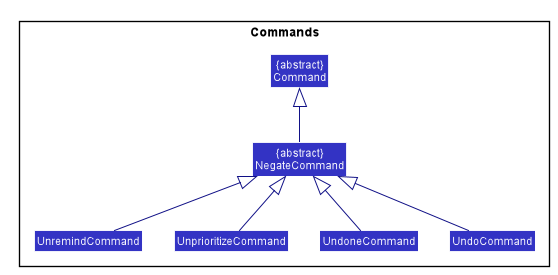
Earlier version of the PlantUML export docs/images/NegateCommandClassDiagram.png (nus-cs2103-AY2021S1/tp). Its diagram source:
```plantuml
@startuml









skinparam BackgroundColor #FFFFFFF

skinparam Shadowing false

skinparam Class {
    FontColor #FFFFFF
    BorderThickness 1
    BorderColor #FFFFFF
    StereotypeFontColor #FFFFFF
    FontName Arial
}

skinparam Actor {
    BorderColor #000000
    Color #000000
    FontName Arial
}

skinparam Sequence {
    MessageAlign center
    BoxFontSize 15
    BoxPadding 0
    BoxFontColor #FFFFFF
    FontName Arial
}

skinparam Participant {
    FontColor #FFFFFFF
    Padding 20
}

skinparam MinClassWidth 50
skinparam ParticipantPadding 10
skinparam Shadowing false
skinparam DefaultTextAlignment center
skinparam packageStyle Rectangle

hide footbox
hide members
hide circle
skinparam arrowThickness 1.1
skinparam arrowColor #101086
skinparam classBackgroundColor #3333C4

package Commands {
Class "{abstract}\nCommand" as Command
Class "{abstract}\nNegateCommand" as NegateCommand

Class UnremindCommand
Class UnprioritizeCommand
Class UndoneCommand
Class UndoCommand

NegateCommand -up-|> Command
UnremindCommand -up-|> NegateCommand
UnprioritizeCommand -up-|> NegateCommand
UndoneCommand -up-|> NegateCommand
UndoCommand -up-|> NegateCommand
}
@enduml
```
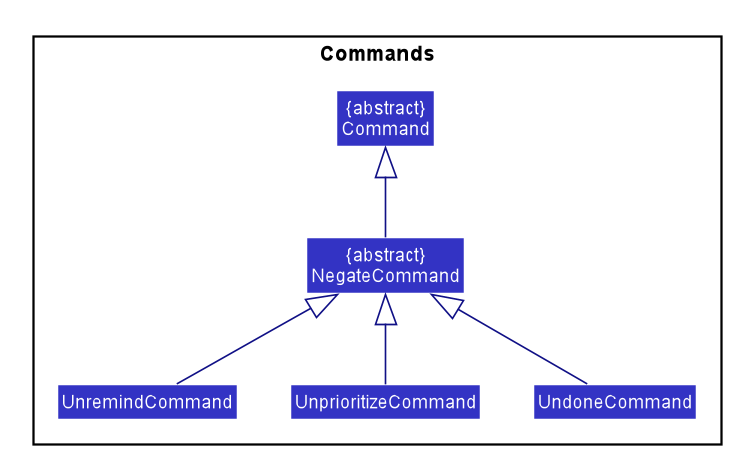
The same file after the commit.

What changed in the source:
```diff
@@ -59,12 +59,10 @@
 Class UnremindCommand
 Class UnprioritizeCommand
 Class UndoneCommand
-Class UndoCommand
 
 NegateCommand -up-|> Command
 UnremindCommand -up-|> NegateCommand
 UnprioritizeCommand -up-|> NegateCommand
 UndoneCommand -up-|> NegateCommand
-UndoCommand -up-|> NegateCommand
 }
 @enduml
```
